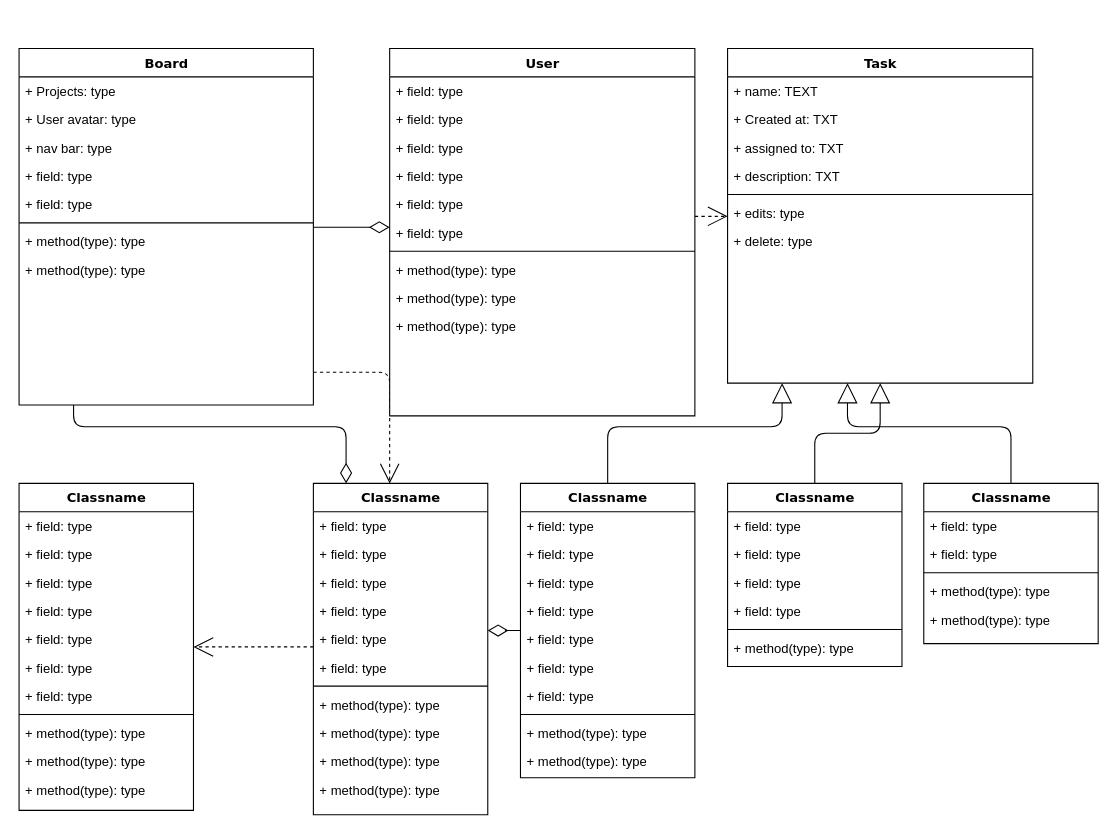
HFMIRE/To-do-list keeps this draw.io diagram as Untitled Diagram.drawio. Above is the earlier version. Source tidied: cells renumbered, new cells numbered last; positions are measured from the earlier drawing's top-left corner, leaving out a move shared by most shapes. Both pictures are drawn from the tidied source at 109%, with x=0, y=0 at pixel (19, 48).
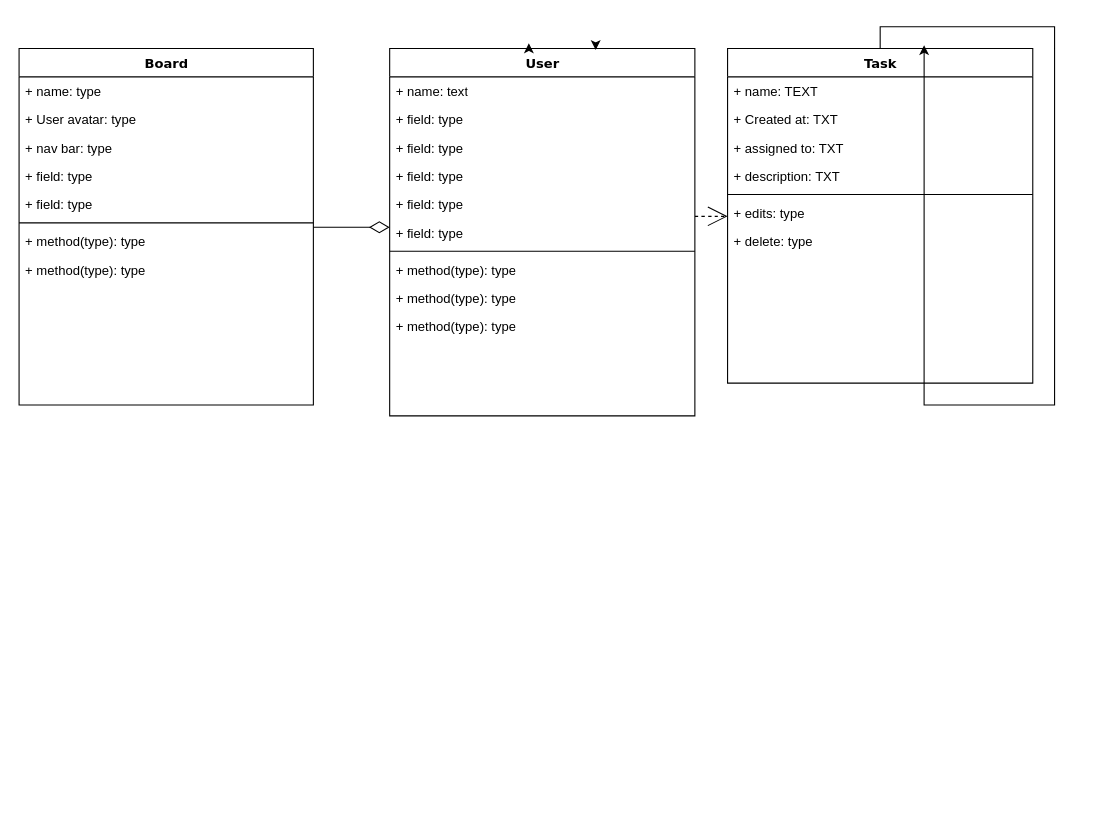
The same page after the edit.

Unchanged cells that the change refers to:
```xml
<mxCell id="4" value="Board" style="swimlane;html=1;fontStyle=1;align=center;verticalAlign=top;horizontal=1;startSize=26;swimlaneFillColor=#ffffff;rounded=0;shadow=0;comic=0;labelBackgroundColor=none;strokeWidth=1;fillColor=none;fontFamily=Verdana;fontSize=12;" parent="1" vertex="1">
  <mxGeometry width="270" height="327" as="geometry" />
</mxCell>
<mxCell id="14" value="User" style="swimlane;html=1;fontStyle=1;align=center;verticalAlign=top;horizontal=1;startSize=26;swimlaneFillColor=#ffffff;rounded=0;shadow=0;comic=0;labelBackgroundColor=none;strokeWidth=1;fillColor=none;fontFamily=Verdana;fontSize=12;" parent="1" vertex="1">
  <mxGeometry x="340" width="280" height="337" as="geometry" />
</mxCell>
<mxCell id="25" value="Task" style="swimlane;html=1;fontStyle=1;align=center;verticalAlign=top;horizontal=1;startSize=26;swimlaneFillColor=#ffffff;rounded=0;shadow=0;comic=0;labelBackgroundColor=none;strokeWidth=1;fillColor=none;fontFamily=Verdana;fontSize=12;" parent="1" vertex="1">
  <mxGeometry x="650" width="280" height="307" as="geometry" />
</mxCell>
```

What changed in the source:
```diff
@@
-    <mxCell id="2" style="edgeStyle=orthogonalEdgeStyle;html=1;labelBackgroundColor=none;startFill=0;startSize=8;endArrow=open;endFill=0;endSize=16;fontFamily=Verdana;fontSize=12;dashed=1;" parent="1" edge="1" source="4" target="47">
-      <mxGeometry relative="1" as="geometry">
-        <Array as="points">
-          <mxPoint x="100" y="297" />
-          <mxPoint x="340" y="297" />
-        </Array>
-      </mxGeometry>
-    </mxCell>
-    <mxCell id="3" style="edgeStyle=orthogonalEdgeStyle;html=1;labelBackgroundColor=none;startFill=0;startSize=8;endArrow=diamondThin;endFill=0;endSize=16;fontFamily=Verdana;fontSize=12;" parent="1" edge="1" source="4" target="47">
-      <mxGeometry relative="1" as="geometry">
-        <Array as="points">
-          <mxPoint x="50" y="347" />
-          <mxPoint x="300" y="347" />
-        </Array>
-      </mxGeometry>
-    </mxCell>
@@
-    <mxCell id="5" value="+ Projects: type" style="text;html=1;strokeColor=none;fillColor=none;align=left;verticalAlign=top;spacingLeft=4;spacingRight=4;whiteSpace=wrap;overflow=hidden;" parent="4" vertex="1">
+    <mxCell id="5" value="+ name: type" style="text;html=1;strokeColor=none;fillColor=none;align=left;verticalAlign=top;spacingLeft=4;spacingRight=4;whiteSpace=wrap;overflow=hidden;" parent="4" vertex="1">
       <mxGeometry y="26" width="270" height="26" as="geometry" />
     </mxCell>
@@
-    <mxCell id="15" value="+ field: type" style="text;html=1;strokeColor=none;fillColor=none;align=left;verticalAlign=top;spacingLeft=4;spacingRight=4;whiteSpace=wrap;overflow=hidden;" parent="14" vertex="1">
+    <mxCell id="15" value="+ name: text" style="text;html=1;strokeColor=none;fillColor=none;align=left;verticalAlign=top;spacingLeft=4;spacingRight=4;whiteSpace=wrap;overflow=hidden;" parent="14" vertex="1">
       <mxGeometry y="26" width="280" height="26" as="geometry" />
     </mxCell>
@@
-    <mxCell id="33" style="edgeStyle=elbowEdgeStyle;html=1;labelBackgroundColor=none;startFill=0;startSize=8;endArrow=open;endFill=0;endSize=16;fontFamily=Verdana;fontSize=12;elbow=vertical;dashed=1;" parent="1" edge="1" source="47" target="34">
-      <mxGeometry relative="1" as="geometry" />
-    </mxCell>
-    <mxCell id="34" value="Classname" style="swimlane;html=1;fontStyle=1;align=center;verticalAlign=top;horizontal=1;startSize=26;swimlaneFillColor=#ffffff;rounded=0;shadow=0;comic=0;labelBackgroundColor=none;strokeWidth=1;fillColor=none;fontFamily=Verdana;fontSize=12;" parent="1" vertex="1">
-      <mxGeometry y="399" width="160" height="300" as="geometry" />
-    </mxCell>
-    <mxCell id="35" value="+ field: type" style="text;html=1;strokeColor=none;fillColor=none;align=left;verticalAlign=top;spacingLeft=4;spacingRight=4;whiteSpace=wrap;overflow=hidden;" parent="34" vertex="1">
-      <mxGeometry y="26" width="160" height="26" as="geometry" />
-    </mxCell>
-    <mxCell id="36" value="+ field: type" style="text;html=1;strokeColor=none;fillColor=none;align=left;verticalAlign=top;spacingLeft=4;spacingRight=4;whiteSpace=wrap;overflow=hidden;" parent="34" vertex="1">
-      <mxGeometry y="52" width="160" height="26" as="geometry" />
-    </mxCell>
-    <mxCell id="37" value="+ field: type" style="text;html=1;strokeColor=none;fillColor=none;align=left;verticalAlign=top;spacingLeft=4;spacingRight=4;whiteSpace=wrap;overflow=hidden;" parent="34" vertex="1">
-      <mxGeometry y="78" width="160" height="26" as="geometry" />
-    </mxCell>
-    <mxCell id="38" value="+ field: type" style="text;html=1;strokeColor=none;fillColor=none;align=left;verticalAlign=top;spacingLeft=4;spacingRight=4;whiteSpace=wrap;overflow=hidden;" parent="34" vertex="1">
-      <mxGeometry y="104" width="160" height="26" as="geometry" />
-    </mxCell>
-    <mxCell id="39" value="+ field: type" style="text;html=1;strokeColor=none;fillColor=none;align=left;verticalAlign=top;spacingLeft=4;spacingRight=4;whiteSpace=wrap;overflow=hidden;" parent="34" vertex="1">
-      <mxGeometry y="130" width="160" height="26" as="geometry" />
-    </mxCell>
-    <mxCell id="40" value="+ field: type" style="text;html=1;strokeColor=none;fillColor=none;align=left;verticalAlign=top;spacingLeft=4;spacingRight=4;whiteSpace=wrap;overflow=hidden;" parent="34" vertex="1">
-      <mxGeometry y="156" width="160" height="26" as="geometry" />
-    </mxCell>
-    <mxCell id="41" value="+ field: type" style="text;html=1;strokeColor=none;fillColor=none;align=left;verticalAlign=top;spacingLeft=4;spacingRight=4;whiteSpace=wrap;overflow=hidden;" parent="34" vertex="1">
-      <mxGeometry y="182" width="160" height="26" as="geometry" />
-    </mxCell>
-    <mxCell id="42" style="line;html=1;strokeWidth=1;fillColor=none;align=left;verticalAlign=middle;spacingTop=-1;spacingLeft=3;spacingRight=3;labelPosition=right;" parent="34" vertex="1">
-      <mxGeometry y="208" width="160" height="8" as="geometry" />
-    </mxCell>
-    <mxCell id="43" value="+ method(type): type" style="text;html=1;strokeColor=none;fillColor=none;align=left;verticalAlign=top;spacingLeft=4;spacingRight=4;whiteSpace=wrap;overflow=hidden;" parent="34" vertex="1">
-      <mxGeometry y="216" width="160" height="26" as="geometry" />
-    </mxCell>
-    <mxCell id="44" value="+ method(type): type" style="text;html=1;strokeColor=none;fillColor=none;align=left;verticalAlign=top;spacingLeft=4;spacingRight=4;whiteSpace=wrap;overflow=hidden;" parent="34" vertex="1">
-      <mxGeometry y="242" width="160" height="26" as="geometry" />
-    </mxCell>
-    <mxCell id="45" value="+ method(type): type" style="text;html=1;strokeColor=none;fillColor=none;align=left;verticalAlign=top;spacingLeft=4;spacingRight=4;whiteSpace=wrap;overflow=hidden;" parent="34" vertex="1">
-      <mxGeometry y="268" width="160" height="26" as="geometry" />
-    </mxCell>
-    <mxCell id="46" style="edgeStyle=elbowEdgeStyle;html=1;labelBackgroundColor=none;startFill=0;startSize=8;endArrow=diamondThin;endFill=0;endSize=16;fontFamily=Verdana;fontSize=12;elbow=vertical;" parent="1" edge="1" source="60" target="47">
-      <mxGeometry relative="1" as="geometry" />
-    </mxCell>
-    <mxCell id="47" value="Classname" style="swimlane;html=1;fontStyle=1;align=center;verticalAlign=top;horizontal=1;startSize=26;swimlaneFillColor=#ffffff;rounded=0;shadow=0;comic=0;labelBackgroundColor=none;strokeWidth=1;fillColor=none;fontFamily=Verdana;fontSize=12;" parent="1" vertex="1">
-      <mxGeometry x="270" y="399" width="160" height="304" as="geometry" />
-    </mxCell>
-    <mxCell id="48" value="+ field: type" style="text;html=1;strokeColor=none;fillColor=none;align=left;verticalAlign=top;spacingLeft=4;spacingRight=4;whiteSpace=wrap;overflow=hidden;" parent="47" vertex="1">
-      <mxGeometry y="26" width="160" height="26" as="geometry" />
-    </mxCell>
-    <mxCell id="49" value="+ field: type" style="text;html=1;strokeColor=none;fillColor=none;align=left;verticalAlign=top;spacingLeft=4;spacingRight=4;whiteSpace=wrap;overflow=hidden;" parent="47" vertex="1">
-      <mxGeometry y="52" width="160" height="26" as="geometry" />
-    </mxCell>
-    <mxCell id="50" value="+ field: type" style="text;html=1;strokeColor=none;fillColor=none;align=left;verticalAlign=top;spacingLeft=4;spacingRight=4;whiteSpace=wrap;overflow=hidden;" parent="47" vertex="1">
-      <mxGeometry y="78" width="160" height="26" as="geometry" />
-    </mxCell>
-    <mxCell id="51" value="+ field: type" style="text;html=1;strokeColor=none;fillColor=none;align=left;verticalAlign=top;spacingLeft=4;spacingRight=4;whiteSpace=wrap;overflow=hidden;" parent="47" vertex="1">
-      <mxGeometry y="104" width="160" height="26" as="geometry" />
-    </mxCell>
-    <mxCell id="52" value="+ field: type" style="text;html=1;strokeColor=none;fillColor=none;align=left;verticalAlign=top;spacingLeft=4;spacingRight=4;whiteSpace=wrap;overflow=hidden;" parent="47" vertex="1">
-      <mxGeometry y="130" width="160" height="26" as="geometry" />
-    </mxCell>
-    <mxCell id="53" value="+ field: type" style="text;html=1;strokeColor=none;fillColor=none;align=left;verticalAlign=top;spacingLeft=4;spacingRight=4;whiteSpace=wrap;overflow=hidden;" parent="47" vertex="1">
-      <mxGeometry y="156" width="160" height="26" as="geometry" />
-    </mxCell>
-    <mxCell id="54" style="line;html=1;strokeWidth=1;fillColor=none;align=left;verticalAlign=middle;spacingTop=-1;spacingLeft=3;spacingRight=3;labelPosition=right;" parent="47" vertex="1">
-      <mxGeometry y="182" width="160" height="8" as="geometry" />
-    </mxCell>
-    <mxCell id="55" value="+ method(type): type" style="text;html=1;strokeColor=none;fillColor=none;align=left;verticalAlign=top;spacingLeft=4;spacingRight=4;whiteSpace=wrap;overflow=hidden;" parent="47" vertex="1">
-      <mxGeometry y="190" width="160" height="26" as="geometry" />
-    </mxCell>
-    <mxCell id="56" value="+ method(type): type" style="text;html=1;strokeColor=none;fillColor=none;align=left;verticalAlign=top;spacingLeft=4;spacingRight=4;whiteSpace=wrap;overflow=hidden;" parent="47" vertex="1">
-      <mxGeometry y="216" width="160" height="26" as="geometry" />
-    </mxCell>
-    <mxCell id="57" value="+ method(type): type" style="text;html=1;strokeColor=none;fillColor=none;align=left;verticalAlign=top;spacingLeft=4;spacingRight=4;whiteSpace=wrap;overflow=hidden;" parent="47" vertex="1">
-      <mxGeometry y="242" width="160" height="26" as="geometry" />
-    </mxCell>
-    <mxCell id="58" value="+ method(type): type" style="text;html=1;strokeColor=none;fillColor=none;align=left;verticalAlign=top;spacingLeft=4;spacingRight=4;whiteSpace=wrap;overflow=hidden;" parent="47" vertex="1">
-      <mxGeometry y="268" width="160" height="26" as="geometry" />
-    </mxCell>
-    <mxCell id="59" style="edgeStyle=orthogonalEdgeStyle;html=1;labelBackgroundColor=none;startFill=0;startSize=8;endArrow=block;endFill=0;endSize=16;fontFamily=Verdana;fontSize=12;" parent="1" edge="1" source="60" target="25">
-      <mxGeometry relative="1" as="geometry">
-        <Array as="points">
-          <mxPoint x="540" y="347" />
-          <mxPoint x="700" y="347" />
-        </Array>
-      </mxGeometry>
-    </mxCell>
-    <mxCell id="60" value="Classname" style="swimlane;html=1;fontStyle=1;align=center;verticalAlign=top;horizontal=1;startSize=26;swimlaneFillColor=#ffffff;rounded=0;shadow=0;comic=0;labelBackgroundColor=none;strokeWidth=1;fillColor=none;fontFamily=Verdana;fontSize=12;" parent="1" vertex="1">
-      <mxGeometry x="460" y="399" width="160" height="270" as="geometry" />
-    </mxCell>
-    <mxCell id="61" value="+ field: type" style="text;html=1;strokeColor=none;fillColor=none;align=left;verticalAlign=top;spacingLeft=4;spacingRight=4;whiteSpace=wrap;overflow=hidden;" parent="60" vertex="1">
-      <mxGeometry y="26" width="160" height="26" as="geometry" />
-    </mxCell>
-    <mxCell id="62" value="+ field: type" style="text;html=1;strokeColor=none;fillColor=none;align=left;verticalAlign=top;spacingLeft=4;spacingRight=4;whiteSpace=wrap;overflow=hidden;" parent="60" vertex="1">
-      <mxGeometry y="52" width="160" height="26" as="geometry" />
-    </mxCell>
-    <mxCell id="63" value="+ field: type" style="text;html=1;strokeColor=none;fillColor=none;align=left;verticalAlign=top;spacingLeft=4;spacingRight=4;whiteSpace=wrap;overflow=hidden;" parent="60" vertex="1">
-      <mxGeometry y="78" width="160" height="26" as="geometry" />
-    </mxCell>
-    <mxCell id="64" value="+ field: type" style="text;html=1;strokeColor=none;fillColor=none;align=left;verticalAlign=top;spacingLeft=4;spacingRight=4;whiteSpace=wrap;overflow=hidden;" parent="60" vertex="1">
-      <mxGeometry y="104" width="160" height="26" as="geometry" />
-    </mxCell>
-    <mxCell id="65" value="+ field: type" style="text;html=1;strokeColor=none;fillColor=none;align=left;verticalAlign=top;spacingLeft=4;spacingRight=4;whiteSpace=wrap;overflow=hidden;" parent="60" vertex="1">
-      <mxGeometry y="130" width="160" height="26" as="geometry" />
-    </mxCell>
-    <mxCell id="66" value="+ field: type" style="text;html=1;strokeColor=none;fillColor=none;align=left;verticalAlign=top;spacingLeft=4;spacingRight=4;whiteSpace=wrap;overflow=hidden;" parent="60" vertex="1">
-      <mxGeometry y="156" width="160" height="26" as="geometry" />
-    </mxCell>
-    <mxCell id="67" value="+ field: type" style="text;html=1;strokeColor=none;fillColor=none;align=left;verticalAlign=top;spacingLeft=4;spacingRight=4;whiteSpace=wrap;overflow=hidden;" parent="60" vertex="1">
-      <mxGeometry y="182" width="160" height="26" as="geometry" />
-    </mxCell>
-    <mxCell id="68" style="line;html=1;strokeWidth=1;fillColor=none;align=left;verticalAlign=middle;spacingTop=-1;spacingLeft=3;spacingRight=3;labelPosition=right;" parent="60" vertex="1">
-      <mxGeometry y="208" width="160" height="8" as="geometry" />
-    </mxCell>
-    <mxCell id="69" value="+ method(type): type" style="text;html=1;strokeColor=none;fillColor=none;align=left;verticalAlign=top;spacingLeft=4;spacingRight=4;whiteSpace=wrap;overflow=hidden;" parent="60" vertex="1">
-      <mxGeometry y="216" width="160" height="26" as="geometry" />
-    </mxCell>
-    <mxCell id="70" value="+ method(type): type" style="text;html=1;strokeColor=none;fillColor=none;align=left;verticalAlign=top;spacingLeft=4;spacingRight=4;whiteSpace=wrap;overflow=hidden;" parent="60" vertex="1">
-      <mxGeometry y="242" width="160" height="26" as="geometry" />
-    </mxCell>
-    <mxCell id="71" style="edgeStyle=orthogonalEdgeStyle;html=1;labelBackgroundColor=none;startFill=0;startSize=8;endArrow=block;endFill=0;endSize=16;fontFamily=Verdana;fontSize=12;" parent="1" edge="1" source="72" target="25">
-      <mxGeometry relative="1" as="geometry" />
-    </mxCell>
-    <mxCell id="72" value="Classname" style="swimlane;html=1;fontStyle=1;align=center;verticalAlign=top;horizontal=1;startSize=26;swimlaneFillColor=#ffffff;rounded=0;shadow=0;comic=0;labelBackgroundColor=none;strokeWidth=1;fillColor=none;fontFamily=Verdana;fontSize=12;" parent="1" vertex="1">
-      <mxGeometry x="650" y="399" width="160" height="168" as="geometry" />
-    </mxCell>
-    <mxCell id="73" value="+ field: type" style="text;html=1;strokeColor=none;fillColor=none;align=left;verticalAlign=top;spacingLeft=4;spacingRight=4;whiteSpace=wrap;overflow=hidden;" parent="72" vertex="1">
-      <mxGeometry y="26" width="160" height="26" as="geometry" />
-    </mxCell>
-    <mxCell id="74" value="+ field: type" style="text;html=1;strokeColor=none;fillColor=none;align=left;verticalAlign=top;spacingLeft=4;spacingRight=4;whiteSpace=wrap;overflow=hidden;" parent="72" vertex="1">
-      <mxGeometry y="52" width="160" height="26" as="geometry" />
-    </mxCell>
-    <mxCell id="75" value="+ field: type" style="text;html=1;strokeColor=none;fillColor=none;align=left;verticalAlign=top;spacingLeft=4;spacingRight=4;whiteSpace=wrap;overflow=hidden;" parent="72" vertex="1">
-      <mxGeometry y="78" width="160" height="26" as="geometry" />
-    </mxCell>
-    <mxCell id="76" value="+ field: type" style="text;html=1;strokeColor=none;fillColor=none;align=left;verticalAlign=top;spacingLeft=4;spacingRight=4;whiteSpace=wrap;overflow=hidden;" parent="72" vertex="1">
-      <mxGeometry y="104" width="160" height="26" as="geometry" />
-    </mxCell>
-    <mxCell id="77" style="line;html=1;strokeWidth=1;fillColor=none;align=left;verticalAlign=middle;spacingTop=-1;spacingLeft=3;spacingRight=3;labelPosition=right;" parent="72" vertex="1">
-      <mxGeometry y="130" width="160" height="8" as="geometry" />
-    </mxCell>
-    <mxCell id="78" value="+ method(type): type" style="text;html=1;strokeColor=none;fillColor=none;align=left;verticalAlign=top;spacingLeft=4;spacingRight=4;whiteSpace=wrap;overflow=hidden;" parent="72" vertex="1">
-      <mxGeometry y="138" width="160" height="26" as="geometry" />
-    </mxCell>
-    <mxCell id="79" style="edgeStyle=orthogonalEdgeStyle;html=1;labelBackgroundColor=none;startFill=0;startSize=8;endArrow=block;endFill=0;endSize=16;fontFamily=Verdana;fontSize=12;" parent="1" edge="1" source="80" target="25">
-      <mxGeometry relative="1" as="geometry">
-        <Array as="points">
-          <mxPoint x="910" y="347" />
-          <mxPoint x="760" y="347" />
-        </Array>
-      </mxGeometry>
-    </mxCell>
-    <mxCell id="80" value="Classname" style="swimlane;html=1;fontStyle=1;align=center;verticalAlign=top;horizontal=1;startSize=26;swimlaneFillColor=#ffffff;rounded=0;shadow=0;comic=0;labelBackgroundColor=none;strokeWidth=1;fillColor=none;fontFamily=Verdana;fontSize=12;" parent="1" vertex="1">
-      <mxGeometry x="830" y="399" width="160" height="147" as="geometry" />
-    </mxCell>
-    <mxCell id="81" value="+ field: type" style="text;html=1;strokeColor=none;fillColor=none;align=left;verticalAlign=top;spacingLeft=4;spacingRight=4;whiteSpace=wrap;overflow=hidden;" parent="80" vertex="1">
-      <mxGeometry y="26" width="160" height="26" as="geometry" />
-    </mxCell>
-    <mxCell id="82" value="+ field: type" style="text;html=1;strokeColor=none;fillColor=none;align=left;verticalAlign=top;spacingLeft=4;spacingRight=4;whiteSpace=wrap;overflow=hidden;" parent="80" vertex="1">
-      <mxGeometry y="52" width="160" height="26" as="geometry" />
-    </mxCell>
-    <mxCell id="83" style="line;html=1;strokeWidth=1;fillColor=none;align=left;verticalAlign=middle;spacingTop=-1;spacingLeft=3;spacingRight=3;labelPosition=right;" parent="80" vertex="1">
-      <mxGeometry y="78" width="160" height="8" as="geometry" />
-    </mxCell>
-    <mxCell id="84" value="+ method(type): type" style="text;html=1;strokeColor=none;fillColor=none;align=left;verticalAlign=top;spacingLeft=4;spacingRight=4;whiteSpace=wrap;overflow=hidden;" parent="80" vertex="1">
-      <mxGeometry y="86" width="160" height="26" as="geometry" />
-    </mxCell>
-    <mxCell id="85" value="+ method(type): type" style="text;html=1;strokeColor=none;fillColor=none;align=left;verticalAlign=top;spacingLeft=4;spacingRight=4;whiteSpace=wrap;overflow=hidden;" parent="80" vertex="1">
-      <mxGeometry y="112" width="160" height="26" as="geometry" />
-    </mxCell>
@@
+    <mxCell id="87" style="edgeStyle=orthogonalEdgeStyle;rounded=0;orthogonalLoop=1;jettySize=auto;html=1;exitX=0.5;exitY=0;exitDx=0;exitDy=0;entryX=0.644;entryY=-0.01;entryDx=0;entryDy=0;entryPerimeter=0;" parent="1" edge="1" source="25" target="25">
+      <mxGeometry relative="1" as="geometry" />
+    </mxCell>
+    <mxCell id="88" style="edgeStyle=orthogonalEdgeStyle;rounded=0;orthogonalLoop=1;jettySize=auto;html=1;exitX=0.75;exitY=0;exitDx=0;exitDy=0;entryX=0.675;entryY=0.004;entryDx=0;entryDy=0;entryPerimeter=0;" parent="1" edge="1" source="14" target="14">
+      <mxGeometry relative="1" as="geometry" />
+    </mxCell>
+    <mxCell id="89" style="edgeStyle=orthogonalEdgeStyle;rounded=0;orthogonalLoop=1;jettySize=auto;html=1;exitX=0.5;exitY=0;exitDx=0;exitDy=0;entryX=0.456;entryY=-0.014;entryDx=0;entryDy=0;entryPerimeter=0;" parent="1" edge="1" source="14" target="14">
+      <mxGeometry relative="1" as="geometry" />
+    </mxCell>
```
